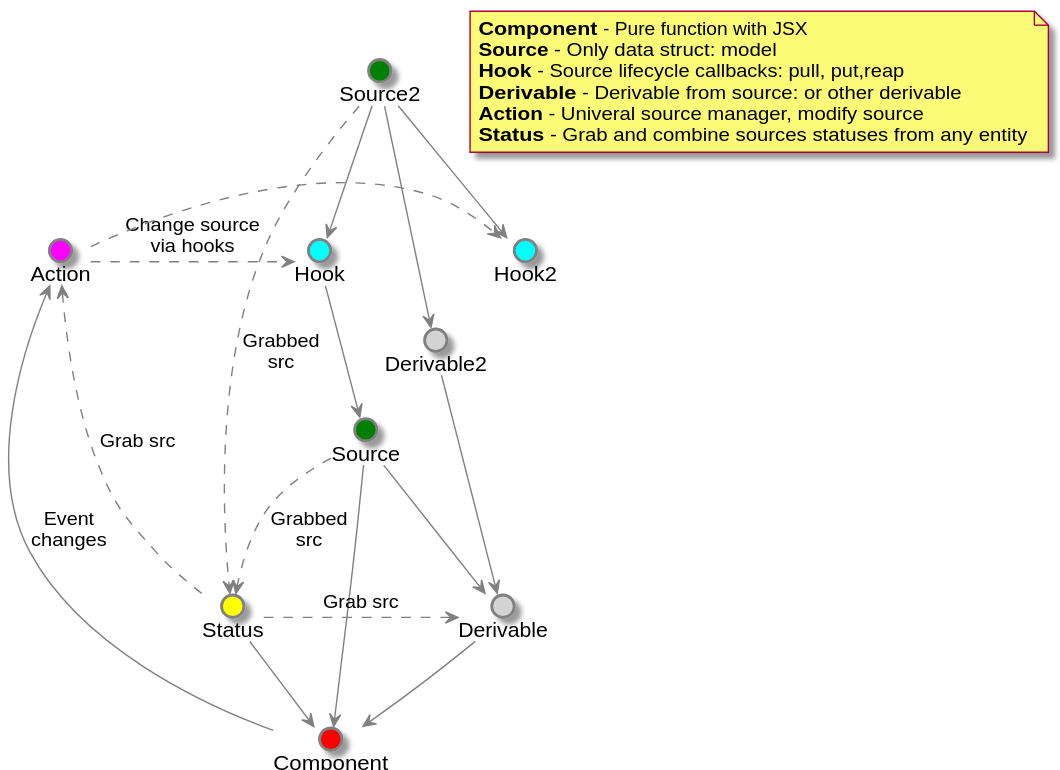
The PlantUML diagram docs/workflow-state.svg in zerkalica/reactive-di, before a commit. Its source is kept beside it as docs/workflow-state.plantuml.
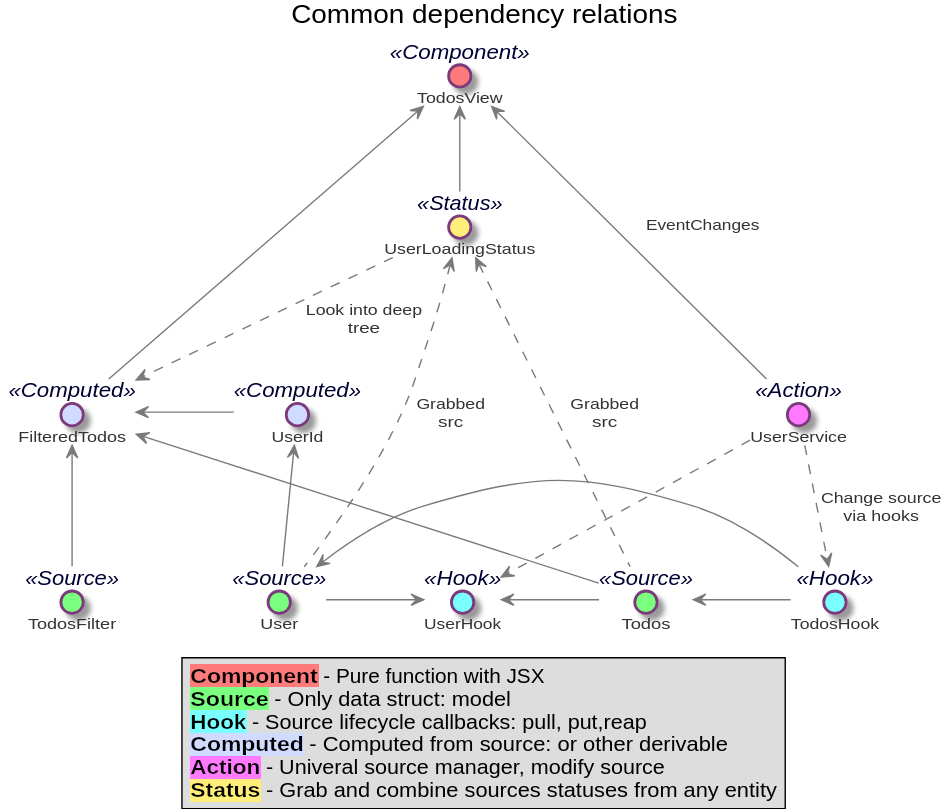
Above is the later version.

The edit, as a diff of the source:
```diff
@@ -22,7 +22,7 @@
 User <-- TodosHook
 User -> UserHook
 
-UserId <--User
+UserId <-- User
 
 UserService ..> TodosHook: Change source\nvia hooks
 UserService ..> UserHook
```
